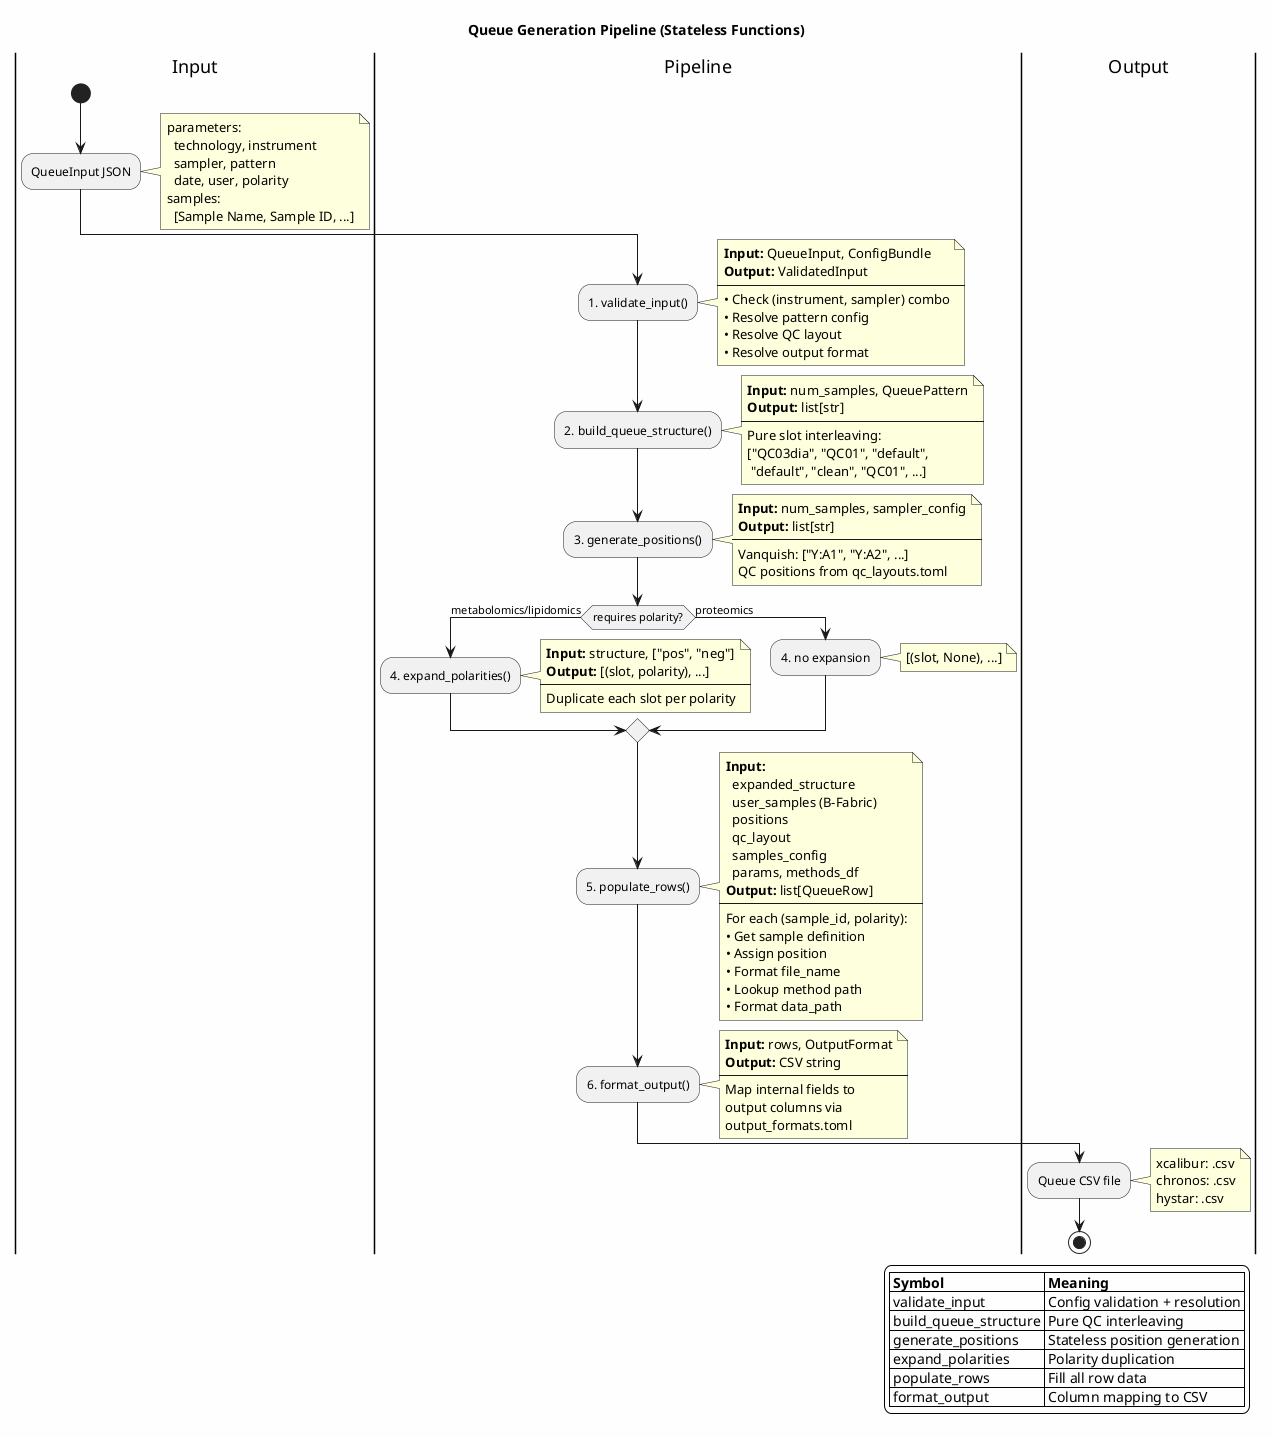
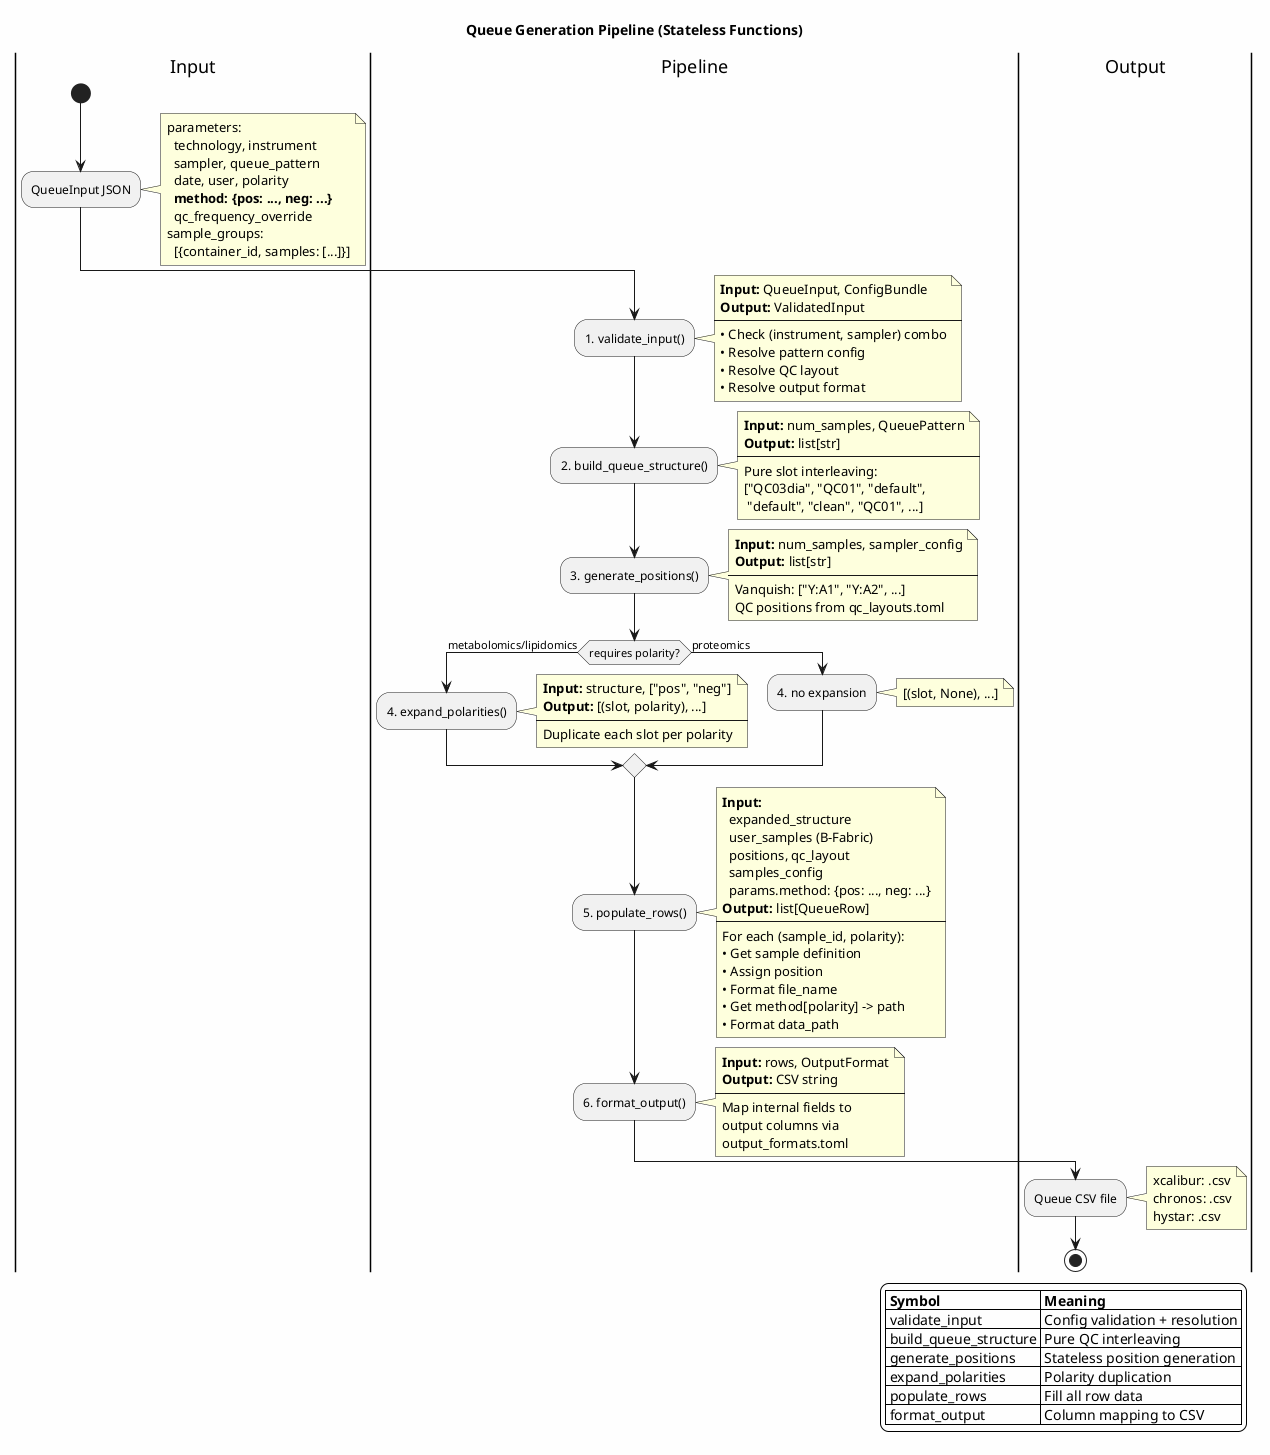
@startuml algorithm_flow

title Queue Generation Pipeline (Stateless Functions)

skinparam backgroundColor #FEFEFE
skinparam BoxPadding 10

|Input|
start
:QueueInput JSON;
note right
  parameters:
    technology, instrument
-     sampler, pattern
+     sampler, queue_pattern
    date, user, polarity
-   samples:
-     [Sample Name, Sample ID, ...]
+     **method: {pos: ..., neg: ...}**
+     qc_frequency_override
+   sample_groups:
+     [{container_id, samples: [...]}]
end note

|Pipeline|

:1. validate_input();
note right
  **Input:** QueueInput, ConfigBundle
  **Output:** ValidatedInput
  ----
  • Check (instrument, sampler) combo
  • Resolve pattern config
  • Resolve QC layout
  • Resolve output format
end note

:2. build_queue_structure();
note right
  **Input:** num_samples, QueuePattern
  **Output:** list[str]
  ----
  Pure slot interleaving:
  ["QC03dia", "QC01", "default",
   "default", "clean", "QC01", ...]
end note

:3. generate_positions();
note right
  **Input:** num_samples, sampler_config
  **Output:** list[str]
  ----
  Vanquish: ["Y:A1", "Y:A2", ...]
  QC positions from qc_layouts.toml
end note

if (requires polarity?) then (metabolomics/lipidomics)
  :4. expand_polarities();
  note right
    **Input:** structure, ["pos", "neg"]
    **Output:** [(slot, polarity), ...]
    ----
    Duplicate each slot per polarity
  end note
else (proteomics)
  :4. no expansion;
  note right
    [(slot, None), ...]
  end note
endif

:5. populate_rows();
note right
  **Input:**
    expanded_structure
    user_samples (B-Fabric)
-     positions
-     qc_layout
+     positions, qc_layout
    samples_config
-     params, methods_df
+     params.method: {pos: ..., neg: ...}
  **Output:** list[QueueRow]
  ----
  For each (sample_id, polarity):
  • Get sample definition
  • Assign position
  • Format file_name
-   • Lookup method path
+   • Get method[polarity] -> path
  • Format data_path
end note

:6. format_output();
note right
  **Input:** rows, OutputFormat
  **Output:** CSV string
  ----
  Map internal fields to
  output columns via
  output_formats.toml
end note

|Output|
:Queue CSV file;
note right
  xcalibur: .csv
  chronos: .csv
  hystar: .csv
end note

stop

legend right
  |= Symbol |= Meaning |
  | validate_input | Config validation + resolution |
  | build_queue_structure | Pure QC interleaving |
  | generate_positions | Stateless position generation |
  | expand_polarities | Polarity duplication |
  | populate_rows | Fill all row data |
  | format_output | Column mapping to CSV |
endlegend

@enduml
